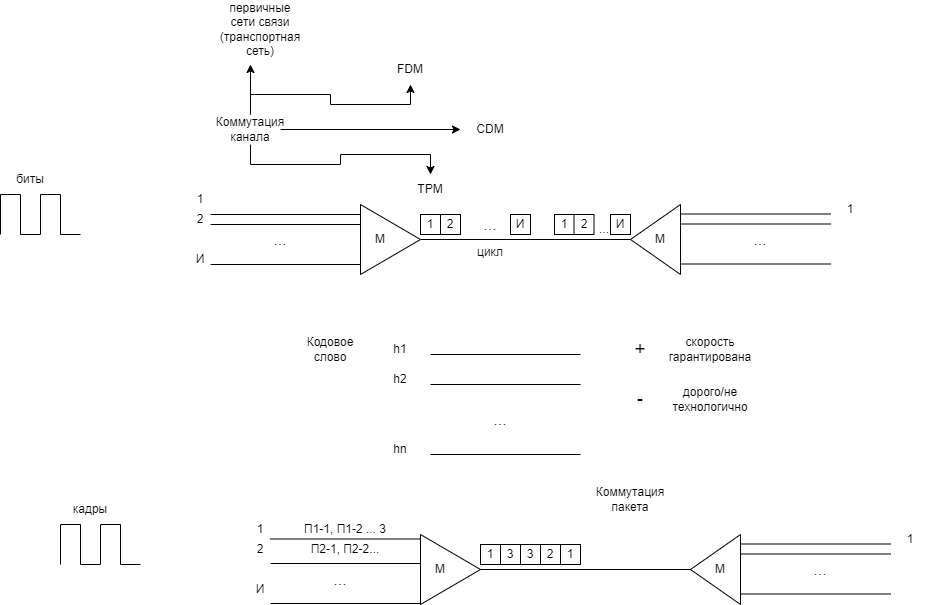
Before: seti.drawio.png, a diagram exported from draw.io (ksinph/PSTU_LABS_2023). Source tidied: cells renumbered, new cells last; positions are measured from the earlier drawing's top-left corner, leaving out a move shared by most shapes.
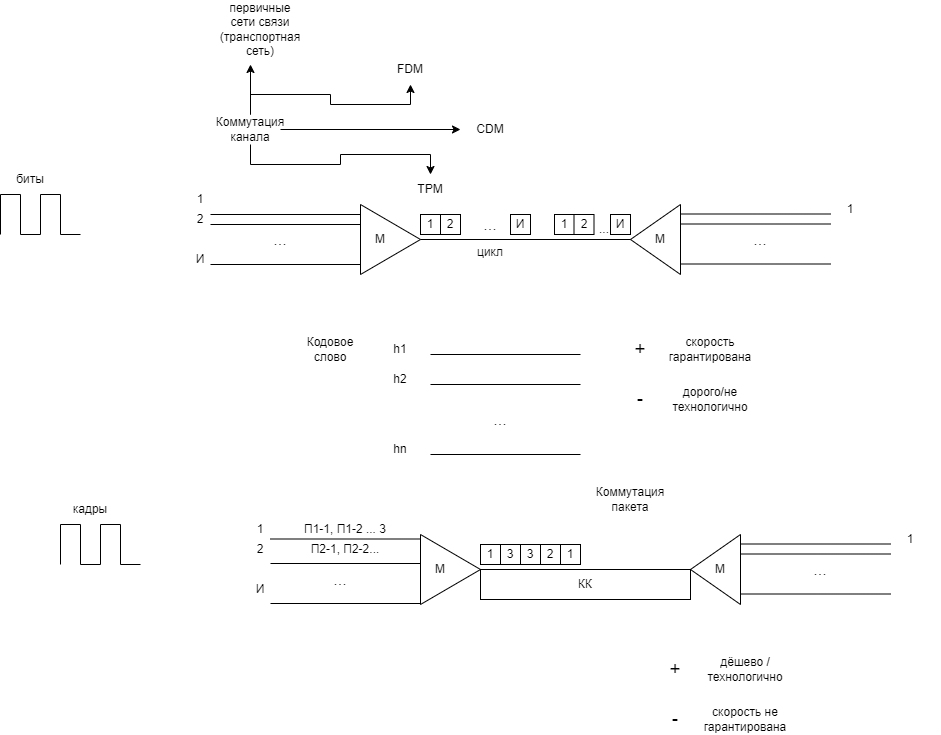
Above is the later version.

Change to the diagram source:
```diff
@@ -367,5 +367,20 @@
     <mxCell id="91" value="&lt;font style=&quot;font-size: 16px;&quot;&gt;...&lt;/font&gt;" style="text;html=1;align=center;verticalAlign=middle;whiteSpace=wrap;rounded=0;strokeWidth=5;" parent="1" vertex="1">
       <mxGeometry x="790" y="540" width="60" height="30" as="geometry" />
     </mxCell>
+    <mxCell id="92" value="КК" style="rounded=0;whiteSpace=wrap;html=1;" parent="1" vertex="1">
+      <mxGeometry x="480" y="555" width="210" height="30" as="geometry" />
+    </mxCell>
+    <mxCell id="93" value="&lt;font style=&quot;font-size: 19px;&quot;&gt;+&lt;/font&gt;" style="text;html=1;align=center;verticalAlign=middle;whiteSpace=wrap;rounded=0;" parent="1" vertex="1">
+      <mxGeometry x="645" y="640" width="60" height="30" as="geometry" />
+    </mxCell>
+    <mxCell id="94" value="дёшево / технологично" style="text;html=1;align=center;verticalAlign=middle;whiteSpace=wrap;rounded=0;" parent="1" vertex="1">
+      <mxGeometry x="715" y="640" width="60" height="30" as="geometry" />
+    </mxCell>
+    <mxCell id="95" value="&lt;font style=&quot;font-size: 19px;&quot;&gt;-&lt;/font&gt;" style="text;html=1;align=center;verticalAlign=middle;whiteSpace=wrap;rounded=0;" parent="1" vertex="1">
+      <mxGeometry x="645" y="690" width="60" height="30" as="geometry" />
+    </mxCell>
+    <mxCell id="96" value="скорость не гарантирована" style="text;html=1;align=center;verticalAlign=middle;whiteSpace=wrap;rounded=0;" parent="1" vertex="1">
+      <mxGeometry x="715" y="690" width="60" height="30" as="geometry" />
+    </mxCell>
   </root>
 </mxGraphModel>
```
